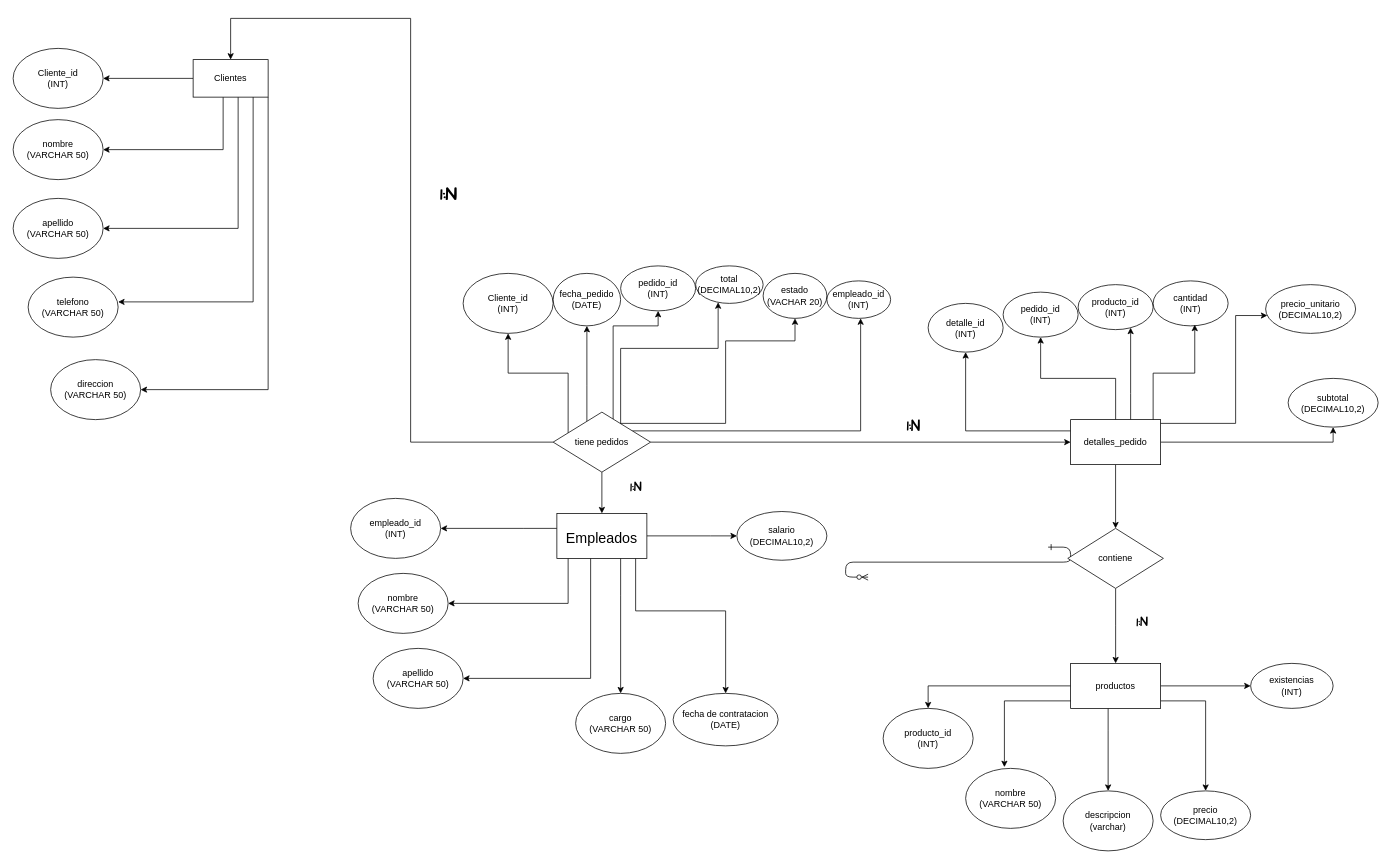
SuperFenix1007/ADbase-de-datos-CesarLopez keeps this draw.io diagram as diagrama entidad relación CesarLopez.drawio. Above is the earlier version. Source tidied: cells renumbered, new cells numbered last; positions are measured from the earlier drawing's top-left corner, leaving out a move shared by most shapes. Both pictures are drawn from the tidied source at 75%, with x=0, y=0 at pixel (13, 18).
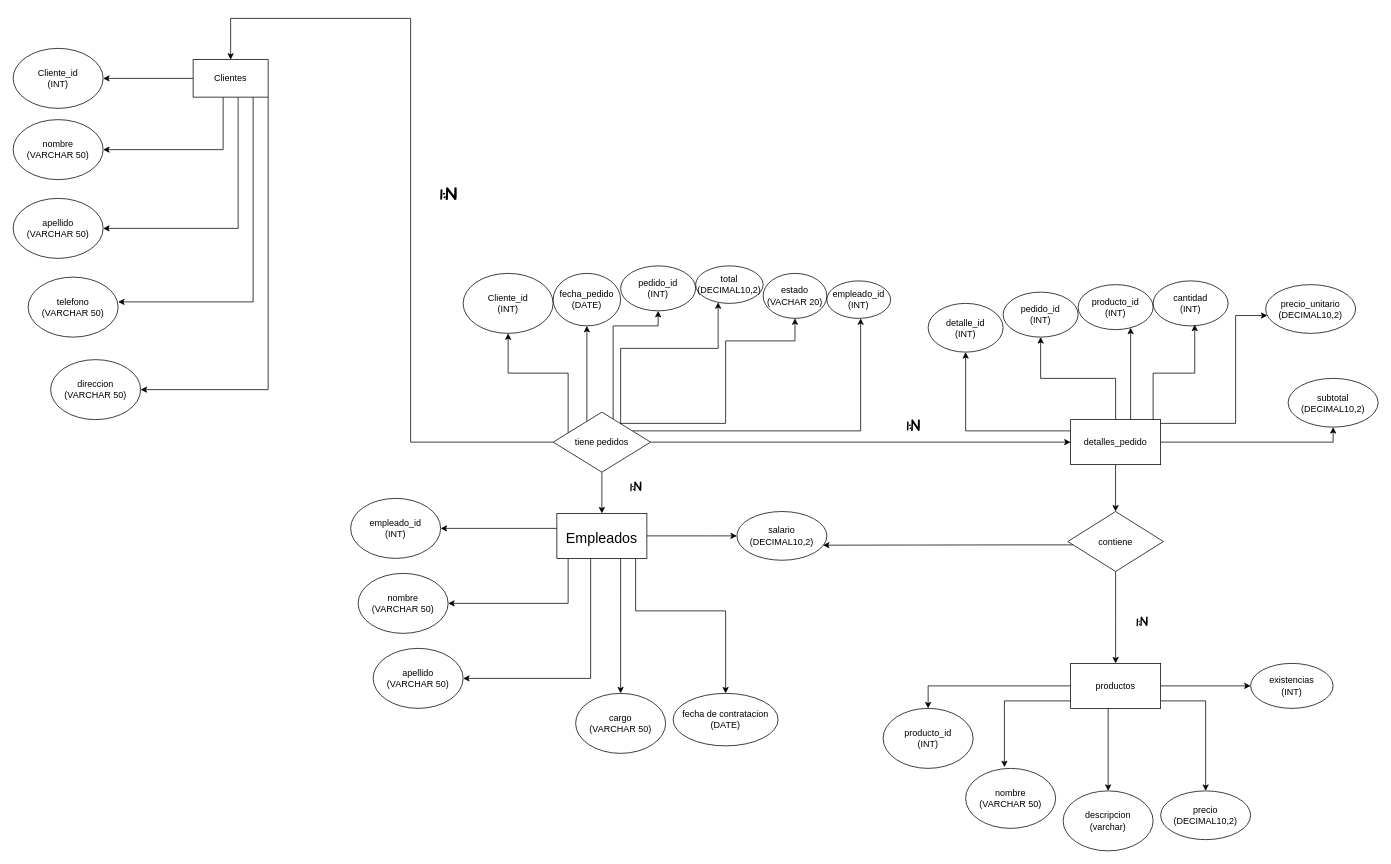
The same diagram, later.

Unchanged cells that the change refers to:
```xml
<mxCell id="55" value="salario&lt;br&gt;(DECIMAL10,2)" style="ellipse;whiteSpace=wrap;html=1;" parent="1" vertex="1">
  <mxGeometry x="965" y="657.5" width="120" height="65" as="geometry" />
</mxCell>
```

Change to the diagram source:
```diff
@@
-    <mxCell id="2" style="edgeStyle=entityRelationEdgeStyle;endArrow=ERzeroToMany;startArrow=ERone;endFill=1;startFill=0;" parent="1" edge="1">
-      <mxGeometry relative="1" as="geometry">
-        <mxPoint x="1380" y="705" as="sourcePoint" />
-        <mxPoint x="1140" y="745" as="targetPoint" />
-      </mxGeometry>
-    </mxCell>
@@
     <mxCell id="31" value="contiene" style="rhombus;whiteSpace=wrap;html=1;" parent="1" vertex="1">
-      <mxGeometry x="1406.2" y="680" width="127.5" height="80" as="geometry" />
+      <mxGeometry x="1406.2" y="657.5" width="127.5" height="80" as="geometry" />
     </mxCell>
@@
+    <mxCell id="74" style="edgeStyle=orthogonalEdgeStyle;rounded=0;jettySize=auto;html=1;entryX=0.957;entryY=0.691;entryDx=0;entryDy=0;entryPerimeter=0;" parent="1" edge="1" source="31" target="55">
+      <mxGeometry relative="1" as="geometry">
+        <Array as="points">
+          <mxPoint x="1350" y="702" />
+          <mxPoint x="1350" y="702" />
+        </Array>
+      </mxGeometry>
+    </mxCell>
```
